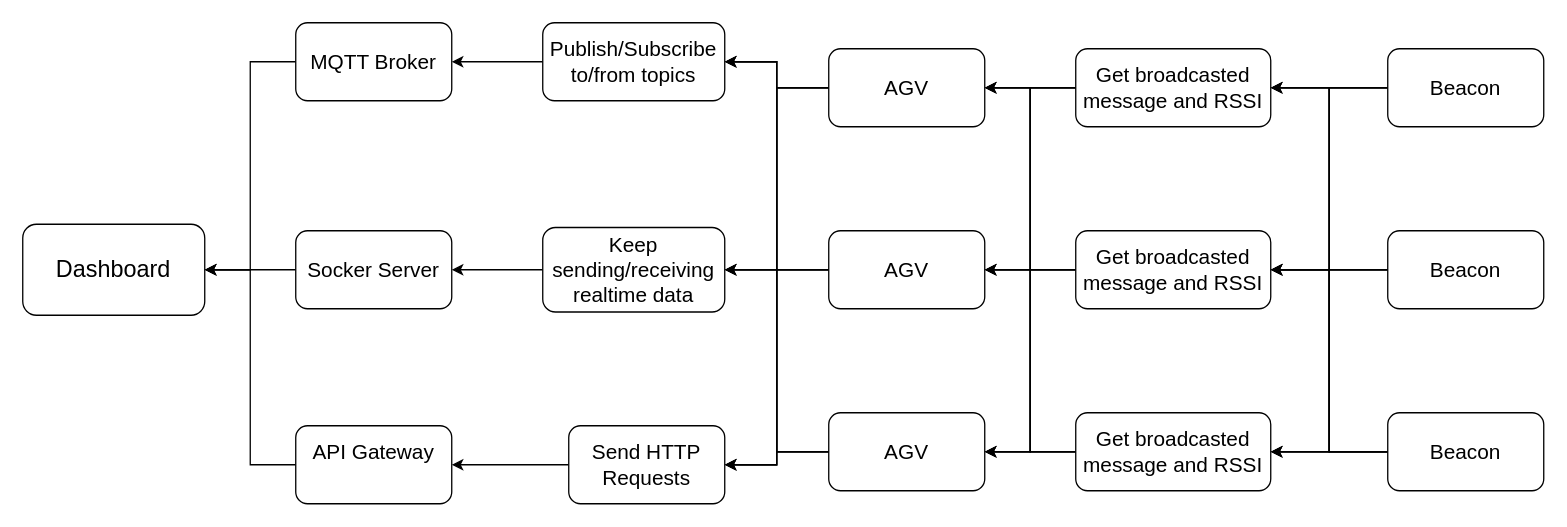
Earlier version of the draw.io diagram WorkFlows/General.drawio (kirichain/AGV). Source tidied: cells renumbered, new cells numbered last; positions are measured from the earlier drawing's top-left corner, leaving out a move shared by most shapes. Both pictures are drawn from the tidied source at 130%, with x=0, y=0 at pixel (22, 22).
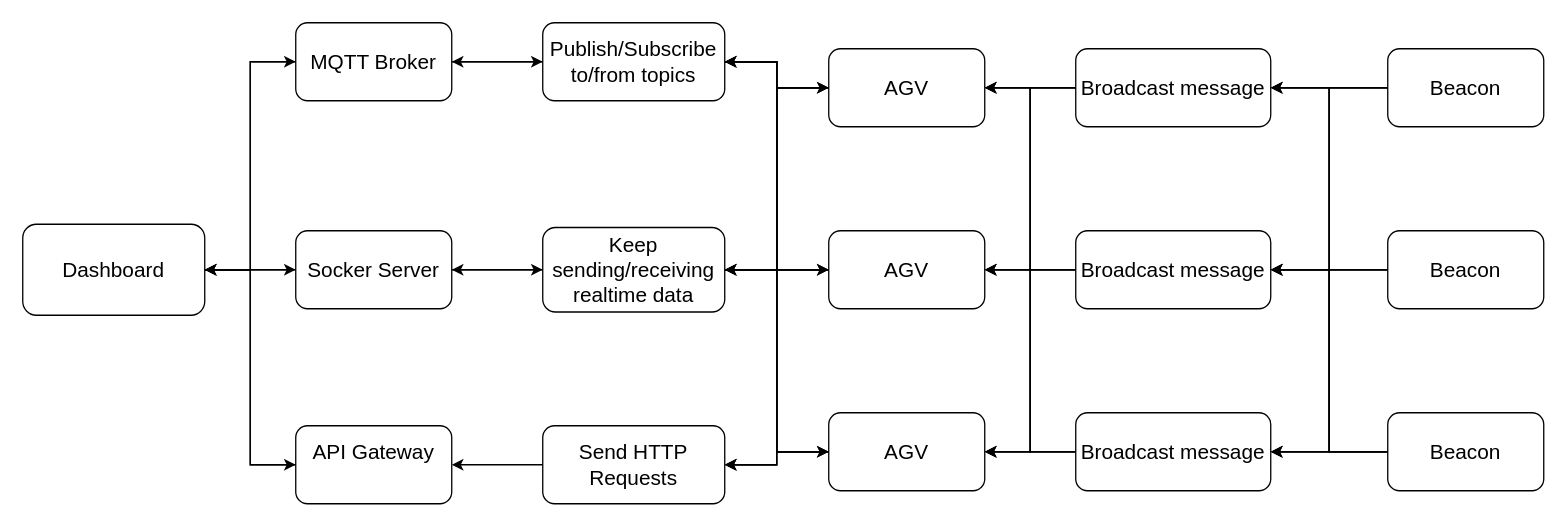
Above is the later version.

Unchanged cells that the change refers to:
```xml
<mxCell id="6" value="&lt;font size=&quot;3&quot;&gt;AGV&lt;/font&gt;" style="rounded=1;whiteSpace=wrap;html=1;" parent="1" vertex="1">
  <mxGeometry x="620" y="160" width="120" height="60" as="geometry" />
</mxCell>
<mxCell id="10" value="&lt;font size=&quot;3&quot;&gt;AGV&lt;/font&gt;" style="rounded=1;whiteSpace=wrap;html=1;" parent="1" vertex="1">
  <mxGeometry x="620" y="300" width="120" height="60" as="geometry" />
</mxCell>
<mxCell id="14" value="&lt;font size=&quot;3&quot;&gt;AGV&lt;/font&gt;" style="rounded=1;whiteSpace=wrap;html=1;" parent="1" vertex="1">
  <mxGeometry x="620" y="20" width="120" height="60" as="geometry" />
</mxCell>
<mxCell id="16" value="&lt;font size=&quot;3&quot;&gt;MQTT Broker&lt;/font&gt;" style="rounded=1;whiteSpace=wrap;html=1;" parent="1" vertex="1">
  <mxGeometry x="210" width="120" height="60" as="geometry" />
</mxCell>
<mxCell id="18" value="&lt;font size=&quot;3&quot;&gt;Keep sending/receiving realtime data&lt;/font&gt;" style="rounded=1;whiteSpace=wrap;html=1;" parent="1" vertex="1">
  <mxGeometry x="400" y="157.5" width="140" height="65" as="geometry" />
</mxCell>
<mxCell id="22" value="&lt;font size=&quot;3&quot;&gt;API Gateway&lt;br&gt;&lt;br&gt;&lt;/font&gt;" style="rounded=1;whiteSpace=wrap;html=1;" parent="1" vertex="1">
  <mxGeometry x="210" y="310" width="120" height="60" as="geometry" />
</mxCell>
<mxCell id="24" value="&lt;font size=&quot;3&quot;&gt;Socker Server&lt;br&gt;&lt;/font&gt;" style="rounded=1;whiteSpace=wrap;html=1;" parent="1" vertex="1">
  <mxGeometry x="210" y="160" width="120" height="60" as="geometry" />
</mxCell>
<mxCell id="26" value="&lt;font size=&quot;3&quot;&gt;Publish/Subscribe to/from topics&lt;/font&gt;" style="rounded=1;whiteSpace=wrap;html=1;" parent="1" vertex="1">
  <mxGeometry x="400" width="140" height="60" as="geometry" />
</mxCell>
```

What changed in the source:
```diff
@@
+    <mxCell id="52" style="edgeStyle=orthogonalEdgeStyle;rounded=0;jettySize=auto;html=1;entryX=0;entryY=0.5;entryDx=0;entryDy=0;fontSize=16;" parent="1" edge="1" source="2" target="24">
+      <mxGeometry relative="1" as="geometry" />
+    </mxCell>
+    <mxCell id="53" style="edgeStyle=orthogonalEdgeStyle;rounded=0;jettySize=auto;html=1;entryX=0;entryY=0.5;entryDx=0;entryDy=0;fontSize=16;" parent="1" edge="1" source="2" target="16">
+      <mxGeometry relative="1" as="geometry" />
+    </mxCell>
+    <mxCell id="54" style="edgeStyle=orthogonalEdgeStyle;rounded=0;jettySize=auto;html=1;entryX=0;entryY=0.5;entryDx=0;entryDy=0;fontSize=16;" parent="1" edge="1" source="2" target="22">
+      <mxGeometry relative="1" as="geometry" />
+    </mxCell>
-    <mxCell id="2" value="&lt;font style=&quot;font-size: 18px;&quot;&gt;Dashboard&lt;/font&gt;" style="rounded=1;whiteSpace=wrap;html=1;" parent="1" vertex="1">
+    <mxCell id="2" value="&lt;font style=&quot;font-size: 16px;&quot;&gt;Dashboard&lt;/font&gt;" style="rounded=1;whiteSpace=wrap;html=1;" parent="1" vertex="1">
       <mxGeometry y="155" width="140" height="70" as="geometry" />
     </mxCell>
@@
+    <mxCell id="55" style="edgeStyle=orthogonalEdgeStyle;rounded=0;jettySize=auto;html=1;entryX=0;entryY=0.5;entryDx=0;entryDy=0;fontSize=16;" parent="1" edge="1" source="16" target="26">
+      <mxGeometry relative="1" as="geometry" />
+    </mxCell>
@@
+    <mxCell id="56" style="edgeStyle=orthogonalEdgeStyle;rounded=0;jettySize=auto;html=1;entryX=0;entryY=0.5;entryDx=0;entryDy=0;fontSize=16;" parent="1" edge="1" source="18" target="6">
+      <mxGeometry relative="1" as="geometry" />
+    </mxCell>
+    <mxCell id="57" style="edgeStyle=orthogonalEdgeStyle;rounded=0;jettySize=auto;html=1;entryX=0;entryY=0.5;entryDx=0;entryDy=0;fontSize=16;" parent="1" edge="1" source="18" target="14">
+      <mxGeometry relative="1" as="geometry" />
+    </mxCell>
+    <mxCell id="58" style="edgeStyle=orthogonalEdgeStyle;rounded=0;jettySize=auto;html=1;entryX=0;entryY=0.5;entryDx=0;entryDy=0;fontSize=16;" parent="1" edge="1" source="18" target="10">
+      <mxGeometry relative="1" as="geometry" />
+    </mxCell>
@@
     <mxCell id="20" value="&lt;font size=&quot;3&quot;&gt;Send HTTP Requests&lt;/font&gt;" style="rounded=1;whiteSpace=wrap;html=1;" parent="1" vertex="1">
-      <mxGeometry x="420" y="310" width="120" height="60" as="geometry" />
+      <mxGeometry x="400" y="310" width="140" height="60" as="geometry" />
     </mxCell>
@@
+    <mxCell id="59" style="edgeStyle=orthogonalEdgeStyle;rounded=0;jettySize=auto;html=1;entryX=0;entryY=0.5;entryDx=0;entryDy=0;fontSize=16;" parent="1" edge="1" source="24" target="18">
+      <mxGeometry relative="1" as="geometry" />
+    </mxCell>
@@
+    <mxCell id="60" style="edgeStyle=orthogonalEdgeStyle;rounded=0;jettySize=auto;html=1;entryX=0;entryY=0.5;entryDx=0;entryDy=0;fontSize=16;" parent="1" edge="1" source="26" target="14">
+      <mxGeometry relative="1" as="geometry" />
+    </mxCell>
+    <mxCell id="61" style="edgeStyle=orthogonalEdgeStyle;rounded=0;jettySize=auto;html=1;entryX=0;entryY=0.5;entryDx=0;entryDy=0;fontSize=16;" parent="1" edge="1" source="26" target="6">
+      <mxGeometry relative="1" as="geometry" />
+    </mxCell>
+    <mxCell id="62" style="edgeStyle=orthogonalEdgeStyle;rounded=0;jettySize=auto;html=1;entryX=0;entryY=0.5;entryDx=0;entryDy=0;fontSize=16;" parent="1" edge="1" source="26" target="10">
+      <mxGeometry relative="1" as="geometry" />
+    </mxCell>
@@
-    <mxCell id="30" value="&lt;font size=&quot;3&quot;&gt;Get broadcasted message and RSSI&lt;/font&gt;" style="rounded=1;whiteSpace=wrap;html=1;" parent="1" vertex="1">
+    <mxCell id="30" value="&lt;font size=&quot;3&quot;&gt;Broadcast message&lt;/font&gt;" style="rounded=1;whiteSpace=wrap;html=1;" parent="1" vertex="1">
       <mxGeometry x="810" y="160" width="150" height="60" as="geometry" />
     </mxCell>
@@
-    <mxCell id="34" value="&lt;font size=&quot;3&quot;&gt;Get broadcasted message and RSSI&lt;/font&gt;" style="rounded=1;whiteSpace=wrap;html=1;" parent="1" vertex="1">
+    <mxCell id="34" value="&lt;span style=&quot;font-size: medium;&quot;&gt;Broadcast message&lt;/span&gt;" style="rounded=1;whiteSpace=wrap;html=1;" parent="1" vertex="1">
       <mxGeometry x="810" y="20" width="150" height="60" as="geometry" />
     </mxCell>
@@
-    <mxCell id="38" value="&lt;font size=&quot;3&quot;&gt;Get broadcasted message and RSSI&lt;/font&gt;" style="rounded=1;whiteSpace=wrap;html=1;" parent="1" vertex="1">
+    <mxCell id="38" value="&lt;span style=&quot;font-size: medium;&quot;&gt;Broadcast message&lt;/span&gt;" style="rounded=1;whiteSpace=wrap;html=1;" parent="1" vertex="1">
       <mxGeometry x="810" y="300" width="150" height="60" as="geometry" />
     </mxCell>
```
